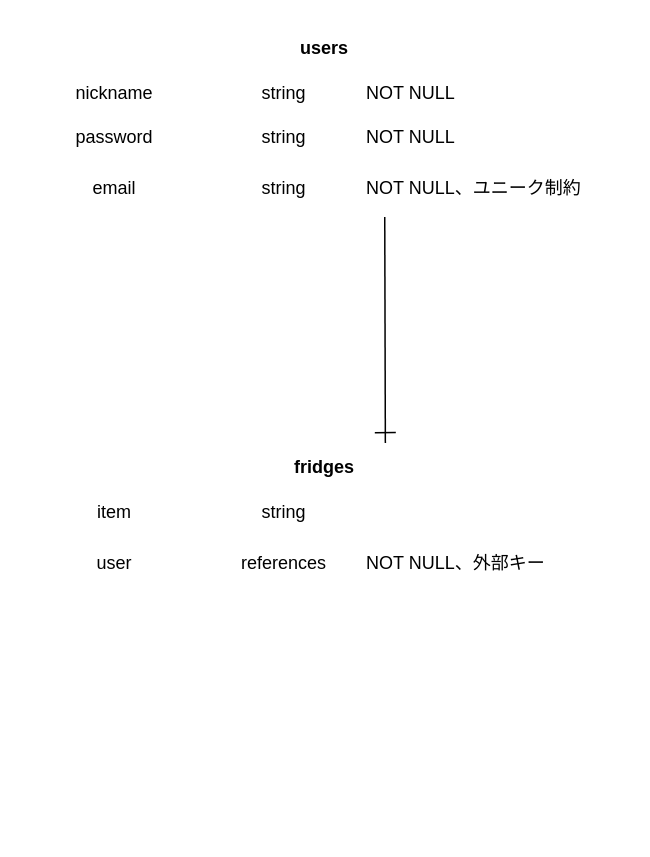
The draw.io diagram ER .dio in evShun/dishmaker, before the edit. Source tidied: cells renumbered, new cells numbered last; positions are measured from the earlier drawing's top-left corner, leaving out a move shared by most shapes. Both pictures are drawn from the tidied source at 150%, with x=0, y=0 at pixel (24, 24).
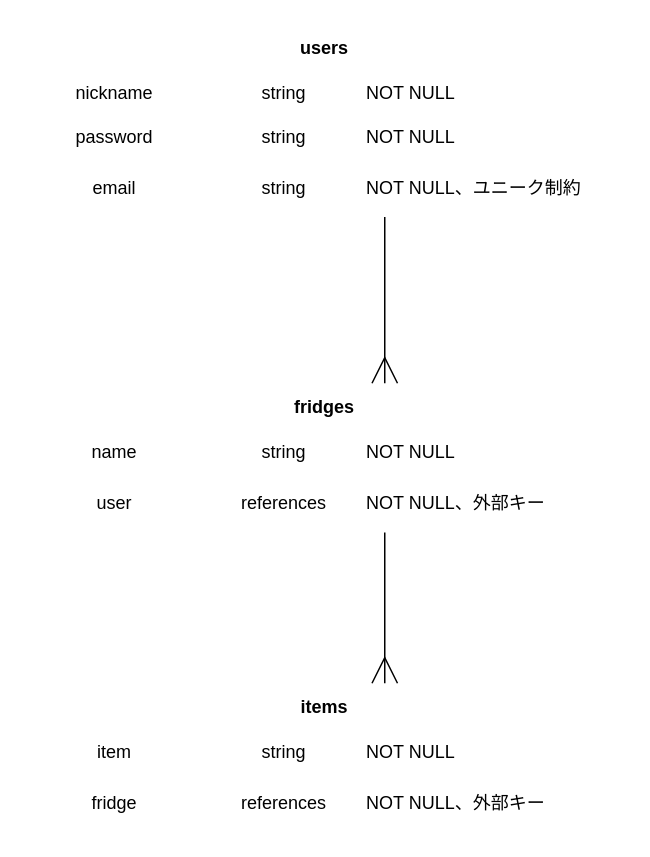
The same page after the edit.

Unchanged cells that the change refers to:
```xml
<mxCell id="11" style="shape=tableRow;horizontal=0;startSize=0;swimlaneHead=0;swimlaneBody=0;fillColor=none;points=[[0,0.5],[1,0.5]];portConstraint=eastwest;top=0;left=0;right=0;bottom=0;strokeColor=#FFFFFF;fontSize=12;" parent="2" vertex="1">
  <mxGeometry y="89" width="400" height="39" as="geometry" />
</mxCell>
<mxCell id="16" style="shape=tableRow;horizontal=0;startSize=0;swimlaneHead=0;swimlaneBody=0;fillColor=none;top=0;left=0;right=0;bottom=0;strokeColor=#FFFFFF;fontSize=12;" parent="15" vertex="1">
  <mxGeometry y="30" width="400" height="30" as="geometry" />
</mxCell>
<mxCell id="20" style="shape=tableRow;horizontal=0;startSize=0;swimlaneHead=0;swimlaneBody=0;fillColor=none;points=[[0,0.5],[1,0.5]];portConstraint=eastwest;top=0;left=0;right=0;bottom=0;strokeColor=#FFFFFF;fontSize=12;" parent="15" vertex="1">
  <mxGeometry y="60" width="400" height="39" as="geometry" />
</mxCell>
```

What changed in the source:
```diff
@@
     <mxCell id="15" value="fridges" style="shape=table;startSize=30;childLayout=tableLayout;rowLines=0;fontStyle=1;align=center;strokeColor=#FFFFFF;fontSize=12;fillColor=none;" parent="1" vertex="1">
-      <mxGeometry y="279" width="400" height="99" as="geometry" />
+      <mxGeometry y="239" width="400" height="99" as="geometry" />
     </mxCell>
@@
-    <mxCell id="17" value="item" style="shape=partialRectangle;fillColor=none;top=0;left=0;bottom=0;right=0;overflow=hidden;strokeColor=#FFFFFF;fontSize=12;" parent="16" vertex="1">
+    <mxCell id="17" value="name" style="shape=partialRectangle;fillColor=none;top=0;left=0;bottom=0;right=0;overflow=hidden;strokeColor=#FFFFFF;fontSize=12;" parent="16" vertex="1">
       <mxGeometry width="120" height="30" as="geometry" />
     </mxCell>
@@
-    <mxCell id="19" style="shape=partialRectangle;fillColor=none;top=0;left=0;bottom=0;right=0;align=left;spacingLeft=6;overflow=hidden;strokeColor=#FFFFFF;fontSize=12;" parent="16" vertex="1">
+    <mxCell id="19" value="NOT NULL" style="shape=partialRectangle;fillColor=none;top=0;left=0;bottom=0;right=0;align=left;spacingLeft=6;overflow=hidden;strokeColor=#FFFFFF;fontSize=12;" parent="16" vertex="1">
       <mxGeometry x="220" width="180" height="30" as="geometry" />
     </mxCell>
@@
-    <mxCell id="24" style="fontSize=12;html=1;endArrow=none;endFill=0;exitX=0.601;exitY=-0.001;exitDx=0;exitDy=0;exitPerimeter=0;entryX=0.6;entryY=1.003;entryDx=0;entryDy=0;entryPerimeter=0;startArrow=ERone;startFill=0;endSize=12;startSize=12;" parent="1" edge="1" source="15" target="11">
-      <mxGeometry relative="1" as="geometry" />
+    <mxCell id="24" style="fontSize=12;html=1;endArrow=none;endFill=0;entryX=0.6;entryY=1.003;entryDx=0;entryDy=0;entryPerimeter=0;startArrow=ERmany;startFill=0;endSize=12;startSize=15;" parent="1" edge="1" target="11">
+      <mxGeometry relative="1" as="geometry">
+        <mxPoint x="240" y="239" as="sourcePoint" />
+      </mxGeometry>
     </mxCell>
+    <mxCell id="25" value="items" style="shape=table;startSize=30;childLayout=tableLayout;rowLines=0;fontStyle=1;align=center;strokeColor=#FFFFFF;fontSize=12;fillColor=none;" parent="1" vertex="1">
+      <mxGeometry y="439" width="400" height="99" as="geometry" />
+    </mxCell>
+    <mxCell id="26" style="shape=tableRow;horizontal=0;startSize=0;swimlaneHead=0;swimlaneBody=0;fillColor=none;top=0;left=0;right=0;bottom=0;strokeColor=#FFFFFF;fontSize=12;" parent="25" vertex="1">
+      <mxGeometry y="30" width="400" height="30" as="geometry" />
+    </mxCell>
+    <mxCell id="27" value="item" style="shape=partialRectangle;fillColor=none;top=0;left=0;bottom=0;right=0;overflow=hidden;strokeColor=#FFFFFF;fontSize=12;" parent="26" vertex="1">
+      <mxGeometry width="120" height="30" as="geometry" />
+    </mxCell>
+    <mxCell id="28" value="string" style="shape=partialRectangle;fillColor=none;top=0;left=0;bottom=0;right=0;align=center;spacingLeft=6;overflow=hidden;strokeColor=#FFFFFF;fontSize=12;flipH=1;flipV=1;verticalAlign=middle;" parent="26" vertex="1">
+      <mxGeometry x="120" width="100" height="30" as="geometry" />
+    </mxCell>
+    <mxCell id="29" value="NOT NULL" style="shape=partialRectangle;fillColor=none;top=0;left=0;bottom=0;right=0;align=left;spacingLeft=6;overflow=hidden;strokeColor=#FFFFFF;fontSize=12;" parent="26" vertex="1">
+      <mxGeometry x="220" width="180" height="30" as="geometry" />
+    </mxCell>
+    <mxCell id="30" style="shape=tableRow;horizontal=0;startSize=0;swimlaneHead=0;swimlaneBody=0;fillColor=none;top=0;left=0;right=0;bottom=0;strokeColor=#FFFFFF;fontSize=12;" parent="25" vertex="1">
+      <mxGeometry y="60" width="400" height="39" as="geometry" />
+    </mxCell>
+    <mxCell id="31" value="fridge" style="shape=partialRectangle;fillColor=none;top=0;left=0;bottom=0;right=0;overflow=hidden;strokeColor=#FFFFFF;fontSize=12;" parent="30" vertex="1">
+      <mxGeometry width="120" height="39" as="geometry" />
+    </mxCell>
+    <mxCell id="32" value="references" style="shape=partialRectangle;fillColor=none;top=0;left=0;bottom=0;right=0;align=center;spacingLeft=6;overflow=hidden;strokeColor=#FFFFFF;fontSize=12;" parent="30" vertex="1">
+      <mxGeometry x="120" width="100" height="39" as="geometry" />
+    </mxCell>
+    <mxCell id="33" value="NOT NULL、外部キー" style="shape=partialRectangle;fillColor=none;top=0;left=0;bottom=0;right=0;align=left;spacingLeft=6;overflow=hidden;strokeColor=#FFFFFF;fontSize=12;" parent="30" vertex="1">
+      <mxGeometry x="220" width="180" height="39" as="geometry" />
+    </mxCell>
+    <mxCell id="34" style="fontSize=12;html=1;endArrow=none;endFill=0;startArrow=ERmany;startFill=0;endSize=12;startSize=15;entryX=0.6;entryY=1.011;entryDx=0;entryDy=0;entryPerimeter=0;" parent="1" edge="1" target="20">
+      <mxGeometry relative="1" as="geometry">
+        <mxPoint x="240" y="439" as="sourcePoint" />
+      </mxGeometry>
+    </mxCell>
```
